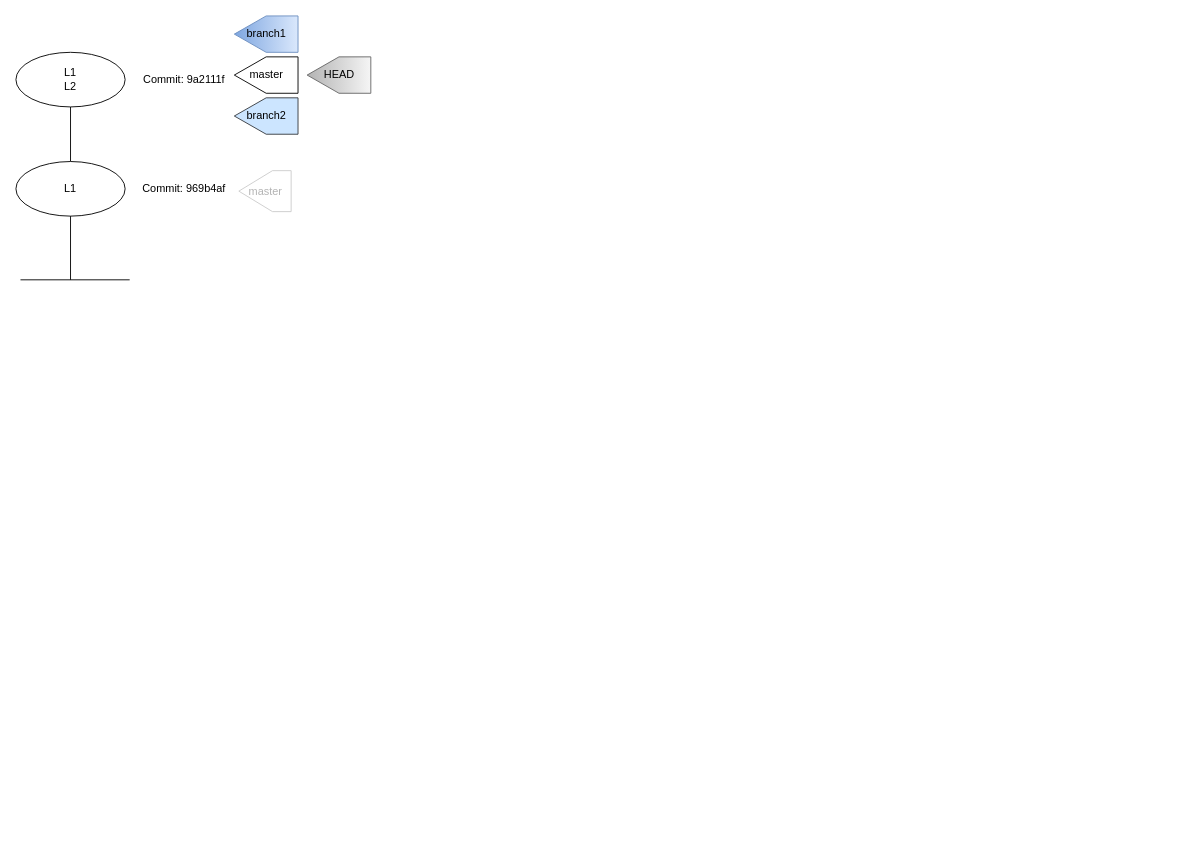
The draw.io diagram Untitled Diagram.drawio in agabhinav/git-basics, before the edit. Source tidied: cells renumbered, new cells numbered last; positions are measured from the earlier drawing's top-left corner, leaving out a move shared by most shapes. Both pictures are drawn from the tidied source at 91%, with x=0, y=0 at pixel (15, 2).
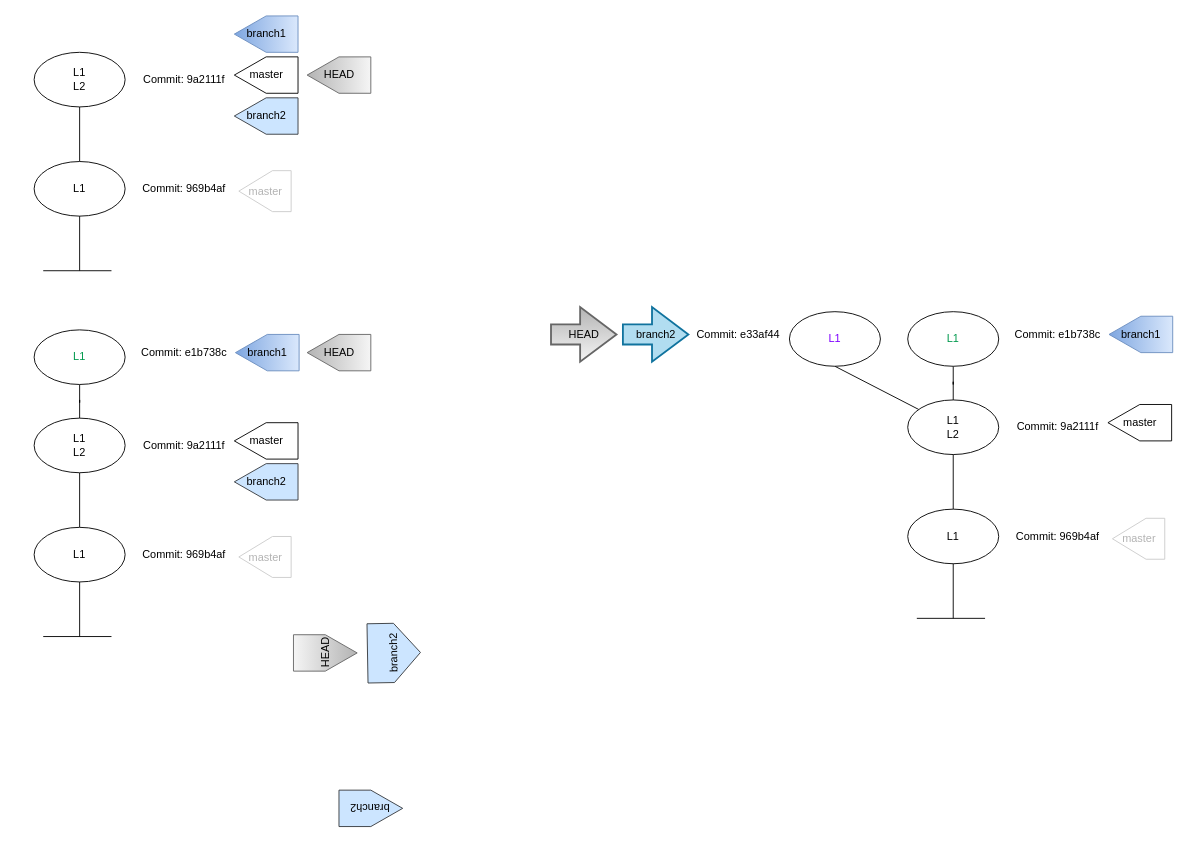
Above is the later version.

What changed in the source:
```diff
@@
     <mxCell id="3" value="L1" style="ellipse;whiteSpace=wrap;html=1;" parent="1" vertex="1">
-      <mxGeometry y="175" width="120" height="60" as="geometry" />
+      <mxGeometry x="20" y="175" width="100" height="60" as="geometry" />
     </mxCell>
     <mxCell id="4" value="L1&lt;br&gt;L2" style="ellipse;whiteSpace=wrap;html=1;" parent="1" vertex="1">
-      <mxGeometry y="55" width="120" height="60" as="geometry" />
+      <mxGeometry x="20" y="55" width="100" height="60" as="geometry" />
     </mxCell>
@@
     <mxCell id="7" style="endArrow=none;html=1;rounded=0;entryX=0.5;entryY=1;entryDx=0;entryDy=0;" parent="1" edge="1" target="3">
       <mxGeometry relative="1" as="geometry">
-        <mxPoint x="60" y="305" as="sourcePoint" />
+        <mxPoint x="70" y="295" as="sourcePoint" />
       </mxGeometry>
     </mxCell>
     <mxCell id="8" style="endArrow=none;html=1;rounded=0;" parent="1" edge="1">
       <mxGeometry relative="1" as="geometry">
-        <mxPoint x="5" y="305" as="sourcePoint" />
-        <mxPoint x="125" y="305" as="targetPoint" />
+        <mxPoint x="30" y="295" as="sourcePoint" />
+        <mxPoint x="105" y="295" as="targetPoint" />
       </mxGeometry>
     </mxCell>
@@
+    <mxCell id="14" style="edgeStyle=orthogonalEdgeStyle;rounded=0;jettySize=auto;html=1;endArrow=none;endFill=0;" parent="1" edge="1" source="15" target="17">
+      <mxGeometry relative="1" as="geometry" />
+    </mxCell>
+    <mxCell id="15" value="L1" style="ellipse;whiteSpace=wrap;html=1;" parent="1" vertex="1">
+      <mxGeometry x="20" y="577" width="100" height="60" as="geometry" />
+    </mxCell>
+    <mxCell id="16" style="edgeStyle=orthogonalEdgeStyle;rounded=0;jettySize=auto;html=1;fontColor=#B3B3B3;endArrow=none;endFill=0;" parent="1" edge="1" source="17" target="27">
+      <mxGeometry relative="1" as="geometry" />
+    </mxCell>
+    <mxCell id="17" value="L1&lt;br&gt;L2" style="ellipse;whiteSpace=wrap;html=1;" parent="1" vertex="1">
+      <mxGeometry x="20" y="457" width="100" height="60" as="geometry" />
+    </mxCell>
+    <mxCell id="18" value="Commit:&amp;nbsp;969b4af" style="text;html=1;strokeColor=none;fillColor=none;align=center;verticalAlign=middle;whiteSpace=wrap;rounded=0;" parent="1" vertex="1">
+      <mxGeometry x="130" y="592" width="110" height="30" as="geometry" />
+    </mxCell>
+    <mxCell id="19" value="Commit:&amp;nbsp;9a2111f" style="text;html=1;strokeColor=none;fillColor=none;align=center;verticalAlign=middle;whiteSpace=wrap;rounded=0;" parent="1" vertex="1">
+      <mxGeometry x="130" y="472" width="110" height="30" as="geometry" />
+    </mxCell>
+    <mxCell id="20" style="endArrow=none;html=1;rounded=0;entryX=0.5;entryY=1;entryDx=0;entryDy=0;" parent="1" edge="1" target="15">
+      <mxGeometry relative="1" as="geometry">
+        <mxPoint x="70" y="697" as="sourcePoint" />
+      </mxGeometry>
+    </mxCell>
+    <mxCell id="21" style="endArrow=none;html=1;rounded=0;" parent="1" edge="1">
+      <mxGeometry relative="1" as="geometry">
+        <mxPoint x="30" y="697" as="sourcePoint" />
+        <mxPoint x="105" y="697" as="targetPoint" />
+      </mxGeometry>
+    </mxCell>
+    <mxCell id="22" value="master" style="verticalLabelPosition=middle;verticalAlign=middle;html=1;shape=offPageConnector;rounded=0;size=0.6428571428571429;rotation=90;labelPosition=center;align=center;horizontal=0;strokeColor=#CCCCCC;fontColor=#B3B3B3;" parent="1" vertex="1">
+      <mxGeometry x="251.2" y="580.8" width="45" height="57.5" as="geometry" />
+    </mxCell>
+    <mxCell id="23" value="branch1" style="verticalLabelPosition=middle;verticalAlign=middle;html=1;shape=offPageConnector;rounded=0;size=0.5;rotation=90;labelPosition=center;align=center;horizontal=0;fillColor=#dae8fc;gradientColor=#7ea6e0;strokeColor=#6c8ebf;" parent="1" vertex="1">
+      <mxGeometry x="256.2" y="350" width="40" height="70" as="geometry" />
+    </mxCell>
+    <mxCell id="24" value="branch2" style="verticalLabelPosition=middle;verticalAlign=middle;html=1;shape=offPageConnector;rounded=0;size=0.5;rotation=90;labelPosition=center;align=center;horizontal=0;fillColor=#cce5ff;strokeColor=#36393d;" parent="1" vertex="1">
+      <mxGeometry x="255" y="492" width="40" height="70" as="geometry" />
+    </mxCell>
+    <mxCell id="25" value="master" style="verticalLabelPosition=middle;verticalAlign=middle;html=1;shape=offPageConnector;rounded=0;size=0.5;rotation=90;labelPosition=center;align=center;horizontal=0;" parent="1" vertex="1">
+      <mxGeometry x="255" y="447" width="40" height="70" as="geometry" />
+    </mxCell>
+    <mxCell id="26" value="HEAD" style="verticalLabelPosition=middle;verticalAlign=middle;html=1;shape=offPageConnector;rounded=0;size=0.5;rotation=90;labelPosition=center;align=center;horizontal=0;fillColor=#f5f5f5;gradientColor=#b3b3b3;strokeColor=#666666;" parent="1" vertex="1">
+      <mxGeometry x="335" y="350" width="40" height="70" as="geometry" />
+    </mxCell>
+    <mxCell id="27" value="&lt;font color=&quot;#00994d&quot;&gt;L1&lt;/font&gt;" style="ellipse;whiteSpace=wrap;html=1;" parent="1" vertex="1">
+      <mxGeometry x="20" y="360" width="100" height="60" as="geometry" />
+    </mxCell>
+    <mxCell id="28" value="Commit:&amp;nbsp;e1b738c" style="text;html=1;strokeColor=none;fillColor=none;align=center;verticalAlign=middle;whiteSpace=wrap;rounded=0;" parent="1" vertex="1">
+      <mxGeometry x="130" y="370" width="110" height="30" as="geometry" />
+    </mxCell>
+    <mxCell id="29" style="edgeStyle=orthogonalEdgeStyle;rounded=0;jettySize=auto;html=1;endArrow=none;endFill=0;" parent="1" edge="1" source="30" target="33">
+      <mxGeometry relative="1" as="geometry" />
+    </mxCell>
+    <mxCell id="30" value="L1" style="ellipse;whiteSpace=wrap;html=1;" parent="1" vertex="1">
+      <mxGeometry x="980" y="557" width="100" height="60" as="geometry" />
+    </mxCell>
+    <mxCell id="31" style="edgeStyle=orthogonalEdgeStyle;rounded=0;jettySize=auto;html=1;fontColor=#B3B3B3;endArrow=none;endFill=0;" parent="1" edge="1" source="33" target="43">
+      <mxGeometry relative="1" as="geometry" />
+    </mxCell>
+    <mxCell id="32" style="rounded=0;jettySize=auto;html=1;entryX=0.5;entryY=1;entryDx=0;entryDy=0;fontColor=#7F00FF;endArrow=none;endFill=0;" parent="1" edge="1" source="33" target="45">
+      <mxGeometry relative="1" as="geometry" />
+    </mxCell>
+    <mxCell id="33" value="L1&lt;br&gt;L2" style="ellipse;whiteSpace=wrap;html=1;" parent="1" vertex="1">
+      <mxGeometry x="980" y="437" width="100" height="60" as="geometry" />
+    </mxCell>
+    <mxCell id="34" value="Commit:&amp;nbsp;969b4af" style="text;html=1;strokeColor=none;fillColor=none;align=center;verticalAlign=middle;whiteSpace=wrap;rounded=0;" parent="1" vertex="1">
+      <mxGeometry x="1090" y="572" width="110" height="30" as="geometry" />
+    </mxCell>
+    <mxCell id="35" value="Commit:&amp;nbsp;9a2111f" style="text;html=1;strokeColor=none;fillColor=none;align=center;verticalAlign=middle;whiteSpace=wrap;rounded=0;" parent="1" vertex="1">
+      <mxGeometry x="1090" y="452" width="110" height="30" as="geometry" />
+    </mxCell>
+    <mxCell id="36" style="endArrow=none;html=1;rounded=0;entryX=0.5;entryY=1;entryDx=0;entryDy=0;" parent="1" edge="1" target="30">
+      <mxGeometry relative="1" as="geometry">
+        <mxPoint x="1030" y="677" as="sourcePoint" />
+      </mxGeometry>
+    </mxCell>
+    <mxCell id="37" style="endArrow=none;html=1;rounded=0;" parent="1" edge="1">
+      <mxGeometry relative="1" as="geometry">
+        <mxPoint x="990" y="677" as="sourcePoint" />
+        <mxPoint x="1065" y="677" as="targetPoint" />
+      </mxGeometry>
+    </mxCell>
+    <mxCell id="38" value="master" style="verticalLabelPosition=middle;verticalAlign=middle;html=1;shape=offPageConnector;rounded=0;size=0.6428571428571429;rotation=90;labelPosition=center;align=center;horizontal=0;strokeColor=#CCCCCC;fontColor=#B3B3B3;" parent="1" vertex="1">
+      <mxGeometry x="1211.2" y="560.8" width="45" height="57.5" as="geometry" />
+    </mxCell>
+    <mxCell id="39" value="branch1" style="verticalLabelPosition=middle;verticalAlign=middle;html=1;shape=offPageConnector;rounded=0;size=0.5;rotation=90;labelPosition=center;align=center;horizontal=0;fillColor=#dae8fc;gradientColor=#7ea6e0;strokeColor=#6c8ebf;" parent="1" vertex="1">
+      <mxGeometry x="1216.2" y="330" width="40" height="70" as="geometry" />
+    </mxCell>
+    <mxCell id="40" value="branch2" style="verticalLabelPosition=middle;verticalAlign=middle;html=1;shape=offPageConnector;rounded=0;size=0.5;rotation=-91;labelPosition=center;align=center;horizontal=1;fillColor=#cce5ff;strokeColor=#36393d;" parent="1" vertex="1">
+      <mxGeometry x="382.9" y="685.9" width="65.1" height="58.2" as="geometry" />
+    </mxCell>
+    <mxCell id="41" value="master" style="verticalLabelPosition=middle;verticalAlign=middle;html=1;shape=offPageConnector;rounded=0;size=0.5;rotation=90;labelPosition=center;align=center;horizontal=0;" parent="1" vertex="1">
+      <mxGeometry x="1215" y="427" width="40" height="70" as="geometry" />
+    </mxCell>
+    <mxCell id="42" value="HEAD" style="verticalLabelPosition=middle;verticalAlign=middle;html=1;shape=offPageConnector;rounded=0;size=0.5;rotation=-90;labelPosition=center;align=center;horizontal=1;fillColor=#f5f5f5;gradientColor=#b3b3b3;strokeColor=#666666;labelBackgroundColor=none;labelBorderColor=none;" parent="1" vertex="1">
+      <mxGeometry x="320" y="680" width="40" height="70" as="geometry" />
+    </mxCell>
+    <mxCell id="43" value="&lt;font color=&quot;#00994d&quot;&gt;L1&lt;/font&gt;" style="ellipse;whiteSpace=wrap;html=1;" parent="1" vertex="1">
+      <mxGeometry x="980" y="340" width="100" height="60" as="geometry" />
+    </mxCell>
+    <mxCell id="44" value="Commit:&amp;nbsp;e1b738c" style="text;html=1;strokeColor=none;fillColor=none;align=center;verticalAlign=middle;whiteSpace=wrap;rounded=0;" parent="1" vertex="1">
+      <mxGeometry x="1090" y="350" width="110" height="30" as="geometry" />
+    </mxCell>
+    <mxCell id="45" value="&lt;font color=&quot;#7f00ff&quot;&gt;L1&lt;/font&gt;" style="ellipse;whiteSpace=wrap;html=1;" parent="1" vertex="1">
+      <mxGeometry x="850" y="340" width="100" height="60" as="geometry" />
+    </mxCell>
+    <mxCell id="46" value="Commit:&amp;nbsp;e33af44" style="text;html=1;strokeColor=none;fillColor=none;align=center;verticalAlign=middle;whiteSpace=wrap;rounded=0;" parent="1" vertex="1">
+      <mxGeometry x="739" y="350" width="110" height="30" as="geometry" />
+    </mxCell>
+    <mxCell id="47" value="branch2" style="verticalLabelPosition=middle;verticalAlign=middle;html=1;shape=offPageConnector;rounded=0;size=0.5;rotation=-90;labelPosition=center;align=center;horizontal=0;fillColor=#cce5ff;strokeColor=#36393d;" parent="1" vertex="1">
+      <mxGeometry x="370" y="850.8" width="40" height="70" as="geometry" />
+    </mxCell>
+    <mxCell id="48" value="branch2" style="verticalLabelPosition=middle;verticalAlign=middle;html=1;strokeWidth=2;shape=mxgraph.arrows2.arrow;dy=0.63;dx=40;notch=0;labelBackgroundColor=none;labelBorderColor=none;strokeColor=#10739e;gradientDirection=north;labelPosition=center;align=center;fillColor=#b1ddf0;" parent="1" vertex="1">
+      <mxGeometry x="667" y="335" width="72" height="60" as="geometry" />
+    </mxCell>
+    <mxCell id="49" value="HEAD" style="verticalLabelPosition=middle;verticalAlign=middle;html=1;strokeWidth=2;shape=mxgraph.arrows2.arrow;dy=0.63;dx=40;notch=0;labelBackgroundColor=none;labelBorderColor=none;strokeColor=#666666;gradientDirection=north;labelPosition=center;align=center;fillColor=#f5f5f5;gradientColor=#b3b3b3;" parent="1" vertex="1">
+      <mxGeometry x="588" y="335" width="72" height="60" as="geometry" />
+    </mxCell>
```
